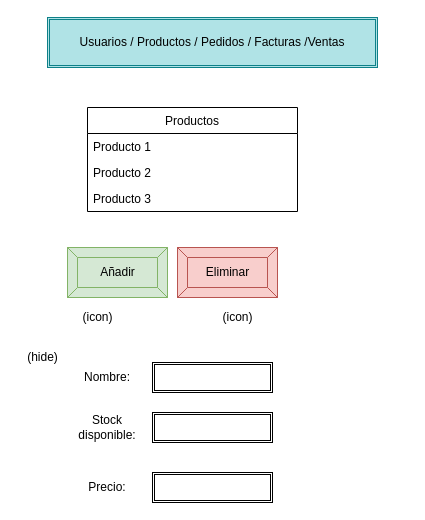
Above: page "ProductosAdmin" (8 of 9) of ListaCompra.drawio in katacliny/practica (draw.io), before the change. Source tidied: cells renumbered, new cells numbered last; positions are measured from the earlier drawing's top-left corner, leaving out a move shared by most shapes. Both pictures are drawn from the tidied source at 100%, with x=0, y=0 at pixel (17, 17).
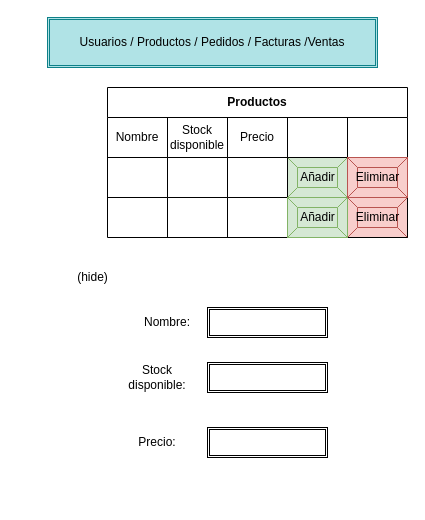
The same diagram, later.

Change to the diagram source:
```diff
@@
-    <mxCell id="2" value="Productos" style="swimlane;fontStyle=0;horizontal=1;startSize=26;fillColor=none;" parent="1" vertex="1">
-      <mxGeometry x="70" y="90" width="210" height="104" as="geometry" />
-    </mxCell>
-    <mxCell id="3" value="Producto 1" style="text;strokeColor=none;fillColor=none;align=left;verticalAlign=top;spacingLeft=4;spacingRight=4;overflow=hidden;" parent="2" vertex="1">
-      <mxGeometry y="26" width="210" height="26" as="geometry" />
-    </mxCell>
-    <mxCell id="4" value="Producto 2" style="text;strokeColor=none;fillColor=none;align=left;verticalAlign=top;spacingLeft=4;spacingRight=4;overflow=hidden;" parent="2" vertex="1">
-      <mxGeometry y="52" width="210" height="26" as="geometry" />
-    </mxCell>
-    <mxCell id="5" value="Producto 3" style="text;strokeColor=none;fillColor=none;align=left;verticalAlign=top;spacingLeft=4;spacingRight=4;overflow=hidden;" parent="2" vertex="1">
-      <mxGeometry y="78" width="210" height="26" as="geometry" />
-    </mxCell>
     <mxCell id="6" value="Añadir" style="labelPosition=center;verticalLabelPosition=middle;align=center;html=1;shape=mxgraph.basic.button;dx=10;fillColor=#d5e8d4;strokeColor=#82b366;" parent="1" vertex="1">
-      <mxGeometry x="50" y="230" width="100" height="50" as="geometry" />
+      <mxGeometry x="270" y="140" width="60" height="40" as="geometry" />
     </mxCell>
     <mxCell id="7" value="Eliminar" style="labelPosition=center;verticalLabelPosition=middle;align=center;html=1;shape=mxgraph.basic.button;dx=10;fillColor=#f8cecc;strokeColor=#b85450;" parent="1" vertex="1">
-      <mxGeometry x="160" y="230" width="100" height="50" as="geometry" />
+      <mxGeometry x="330" y="180" width="60" height="40" as="geometry" />
     </mxCell>
@@
-    <mxCell id="9" value="(icon)" style="text;html=1;align=center;verticalAlign=middle;" parent="1" vertex="1">
-      <mxGeometry x="55" y="290" width="50" height="20" as="geometry" />
-    </mxCell>
-    <mxCell id="10" value="(icon)" style="text;html=1;align=center;verticalAlign=middle;" parent="1" vertex="1">
-      <mxGeometry x="195" y="290" width="50" height="20" as="geometry" />
-    </mxCell>
     <mxCell id="11" value="Nombre:" style="text;html=1;strokeColor=none;fillColor=none;align=center;verticalAlign=middle;whiteSpace=wrap;rounded=0;" parent="1" vertex="1">
-      <mxGeometry x="70" y="350" width="40" height="20" as="geometry" />
+      <mxGeometry x="130" y="295" width="40" height="20" as="geometry" />
     </mxCell>
     <mxCell id="12" value="Stock disponible:" style="text;html=1;strokeColor=none;fillColor=none;align=center;verticalAlign=middle;whiteSpace=wrap;rounded=0;" parent="1" vertex="1">
-      <mxGeometry x="70" y="400" width="40" height="20" as="geometry" />
+      <mxGeometry x="120" y="350" width="40" height="20" as="geometry" />
     </mxCell>
     <mxCell id="13" value="Precio:" style="text;html=1;strokeColor=none;fillColor=none;align=center;verticalAlign=middle;whiteSpace=wrap;rounded=0;" parent="1" vertex="1">
-      <mxGeometry x="70" y="460" width="40" height="20" as="geometry" />
+      <mxGeometry x="120" y="415" width="40" height="20" as="geometry" />
     </mxCell>
     <mxCell id="14" style="shape=ext;double=1;rounded=0;whiteSpace=wrap;html=1;align=center;" parent="1" vertex="1">
-      <mxGeometry x="135" y="345" width="120" height="30" as="geometry" />
+      <mxGeometry x="190" y="290" width="120" height="30" as="geometry" />
     </mxCell>
     <mxCell id="15" style="shape=ext;double=1;rounded=0;whiteSpace=wrap;html=1;align=center;" parent="1" vertex="1">
-      <mxGeometry x="135" y="395" width="120" height="30" as="geometry" />
+      <mxGeometry x="190" y="345" width="120" height="30" as="geometry" />
     </mxCell>
     <mxCell id="16" style="shape=ext;double=1;rounded=0;whiteSpace=wrap;html=1;align=center;" parent="1" vertex="1">
-      <mxGeometry x="135" y="455" width="120" height="30" as="geometry" />
+      <mxGeometry x="190" y="410" width="120" height="30" as="geometry" />
     </mxCell>
     <mxCell id="17" value="(hide)" style="text;html=1;align=center;verticalAlign=middle;" parent="1" vertex="1">
-      <mxGeometry y="330" width="50" height="20" as="geometry" />
+      <mxGeometry x="50" y="250" width="50" height="20" as="geometry" />
     </mxCell>
+    <mxCell id="2" value="Productos" style="shape=table;html=1;whiteSpace=wrap;startSize=30;childLayout=tableLayout;fontStyle=1;align=center;" parent="1" vertex="1">
+      <mxGeometry x="90" y="70" width="300" height="150" as="geometry" />
+    </mxCell>
+    <mxCell id="18" style="shape=partialRectangle;html=1;whiteSpace=wrap;fillColor=none;top=0;left=0;bottom=0;right=0;" parent="2" vertex="1">
+      <mxGeometry y="30" width="300" height="40" as="geometry" />
+    </mxCell>
+    <mxCell id="19" value="Nombre" style="shape=partialRectangle;html=1;whiteSpace=wrap;fillColor=none;top=0;left=0;bottom=0;right=0;overflow=hidden;" parent="18" vertex="1">
+      <mxGeometry width="60" height="40" as="geometry" />
+    </mxCell>
+    <mxCell id="20" value="Stock disponible" style="shape=partialRectangle;html=1;whiteSpace=wrap;fillColor=none;top=0;left=0;bottom=0;right=0;overflow=hidden;" parent="18" vertex="1">
+      <mxGeometry x="60" width="60" height="40" as="geometry" />
+    </mxCell>
+    <mxCell id="21" value="Precio" style="shape=partialRectangle;html=1;whiteSpace=wrap;fillColor=none;top=0;left=0;bottom=0;right=0;overflow=hidden;" parent="18" vertex="1">
+      <mxGeometry x="120" width="60" height="40" as="geometry" />
+    </mxCell>
+    <mxCell id="22" style="shape=partialRectangle;html=1;whiteSpace=wrap;fillColor=none;top=0;left=0;bottom=0;right=0;overflow=hidden;" parent="18" vertex="1">
+      <mxGeometry x="180" width="60" height="40" as="geometry" />
+    </mxCell>
+    <mxCell id="23" style="shape=partialRectangle;html=1;whiteSpace=wrap;fillColor=none;top=0;left=0;bottom=0;right=0;overflow=hidden;" parent="18" vertex="1">
+      <mxGeometry x="240" width="60" height="40" as="geometry" />
+    </mxCell>
+    <mxCell id="24" style="shape=partialRectangle;html=1;whiteSpace=wrap;fillColor=none;top=0;left=0;bottom=0;right=0;" parent="2" vertex="1">
+      <mxGeometry y="70" width="300" height="40" as="geometry" />
+    </mxCell>
+    <mxCell id="25" style="shape=partialRectangle;html=1;whiteSpace=wrap;fillColor=none;top=0;left=0;bottom=0;right=0;overflow=hidden;" parent="24" vertex="1">
+      <mxGeometry width="60" height="40" as="geometry" />
+    </mxCell>
+    <mxCell id="26" style="shape=partialRectangle;html=1;whiteSpace=wrap;fillColor=none;top=0;left=0;bottom=0;right=0;overflow=hidden;" parent="24" vertex="1">
+      <mxGeometry x="60" width="60" height="40" as="geometry" />
+    </mxCell>
+    <mxCell id="27" style="shape=partialRectangle;html=1;whiteSpace=wrap;fillColor=none;top=0;left=0;bottom=0;right=0;overflow=hidden;" parent="24" vertex="1">
+      <mxGeometry x="120" width="60" height="40" as="geometry" />
+    </mxCell>
+    <mxCell id="28" style="shape=partialRectangle;html=1;whiteSpace=wrap;fillColor=none;top=0;left=0;bottom=0;right=0;overflow=hidden;" parent="24" vertex="1">
+      <mxGeometry x="180" width="60" height="40" as="geometry" />
+    </mxCell>
+    <mxCell id="29" style="shape=partialRectangle;html=1;whiteSpace=wrap;fillColor=none;top=0;left=0;bottom=0;right=0;overflow=hidden;" parent="24" vertex="1">
+      <mxGeometry x="240" width="60" height="40" as="geometry" />
+    </mxCell>
+    <mxCell id="30" style="shape=partialRectangle;html=1;whiteSpace=wrap;fillColor=none;top=0;left=0;bottom=0;right=0;" parent="2" vertex="1">
+      <mxGeometry y="110" width="300" height="40" as="geometry" />
+    </mxCell>
+    <mxCell id="31" style="shape=partialRectangle;html=1;whiteSpace=wrap;fillColor=none;top=0;left=0;bottom=0;right=0;overflow=hidden;" parent="30" vertex="1">
+      <mxGeometry width="60" height="40" as="geometry" />
+    </mxCell>
+    <mxCell id="32" style="shape=partialRectangle;html=1;whiteSpace=wrap;fillColor=none;top=0;left=0;bottom=0;right=0;overflow=hidden;" parent="30" vertex="1">
+      <mxGeometry x="60" width="60" height="40" as="geometry" />
+    </mxCell>
+    <mxCell id="33" style="shape=partialRectangle;html=1;whiteSpace=wrap;fillColor=none;top=0;left=0;bottom=0;right=0;overflow=hidden;" parent="30" vertex="1">
+      <mxGeometry x="120" width="60" height="40" as="geometry" />
+    </mxCell>
+    <mxCell id="34" style="shape=partialRectangle;html=1;whiteSpace=wrap;fillColor=none;top=0;left=0;bottom=0;right=0;overflow=hidden;" parent="30" vertex="1">
+      <mxGeometry x="180" width="60" height="40" as="geometry" />
+    </mxCell>
+    <mxCell id="35" style="shape=partialRectangle;html=1;whiteSpace=wrap;fillColor=none;top=0;left=0;bottom=0;right=0;overflow=hidden;" parent="30" vertex="1">
+      <mxGeometry x="240" width="60" height="40" as="geometry" />
+    </mxCell>
+    <mxCell id="36" value="Añadir" style="labelPosition=center;verticalLabelPosition=middle;align=center;html=1;shape=mxgraph.basic.button;dx=10;fillColor=#d5e8d4;strokeColor=#82b366;" parent="1" vertex="1">
+      <mxGeometry x="270" y="180" width="60" height="40" as="geometry" />
+    </mxCell>
+    <mxCell id="37" value="Eliminar" style="labelPosition=center;verticalLabelPosition=middle;align=center;html=1;shape=mxgraph.basic.button;dx=10;fillColor=#f8cecc;strokeColor=#b85450;" parent="1" vertex="1">
+      <mxGeometry x="330" y="140" width="60" height="40" as="geometry" />
+    </mxCell>
```
